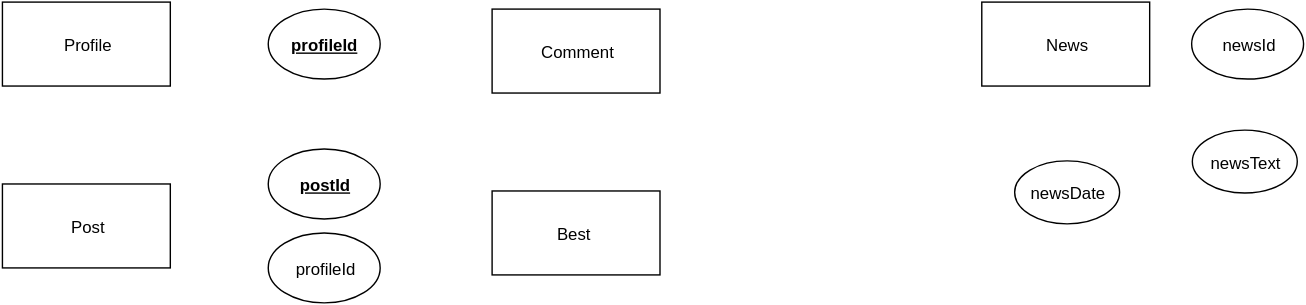
Before: epic/data-design/jpegery1.svg, a diagram exported from draw.io (davidmancini/jpegery). Source tidied: cells renumbered, new cells last; positions are measured from the earlier drawing's top-left corner, leaving out a move shared by most shapes.
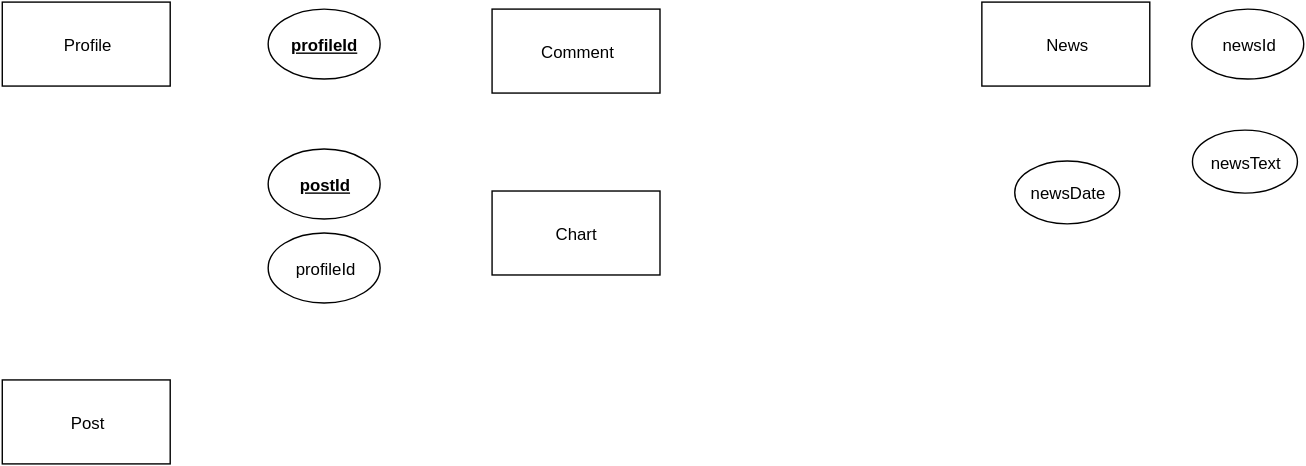
After the change.

What changed in the source:
```diff
@@ -6,7 +6,7 @@
       <mxGeometry width="120" height="60" as="geometry" />
     </mxCell>
     <mxCell id="3" value="Post" style="whiteSpace=wrap;html=1;rounded=0;strokeColor=#000000;strokeWidth=1;fillColor=#FFFFFF;gradientColor=#ffffff;" parent="1" vertex="1">
-      <mxGeometry y="130" width="120" height="60" as="geometry" />
+      <mxGeometry y="270" width="120" height="60" as="geometry" />
     </mxCell>
     <mxCell id="4" value="profileId" style="ellipse;whiteSpace=wrap;html=1;rounded=0;strokeColor=#000000;strokeWidth=1;fillColor=#FFFFFF;gradientColor=#ffffff;fontStyle=5;" parent="1" vertex="1">
       <mxGeometry x="190" y="5" width="80" height="50" as="geometry" />
@@ -20,7 +20,7 @@
     <mxCell id="7" value="Comment" style="whiteSpace=wrap;html=1;rounded=0;strokeColor=#000000;strokeWidth=1;fillColor=#FFFFFF;gradientColor=#ffffff;" parent="1" vertex="1">
       <mxGeometry x="350" y="5" width="120" height="60" as="geometry" />
     </mxCell>
-    <mxCell id="8" value="Best&amp;nbsp;" style="whiteSpace=wrap;html=1;rounded=0;strokeColor=#000000;strokeWidth=1;fillColor=#FFFFFF;gradientColor=#ffffff;" parent="1" vertex="1">
+    <mxCell id="8" value="Chart" style="whiteSpace=wrap;html=1;rounded=0;strokeColor=#000000;strokeWidth=1;fillColor=#FFFFFF;gradientColor=#ffffff;" parent="1" vertex="1">
       <mxGeometry x="350" y="135" width="120" height="60" as="geometry" />
     </mxCell>
     <mxCell id="9" value="News" style="whiteSpace=wrap;html=1;rounded=0;strokeColor=#000000;strokeWidth=1;fillColor=#FFFFFF;gradientColor=#ffffff;" parent="1" vertex="1">
```
